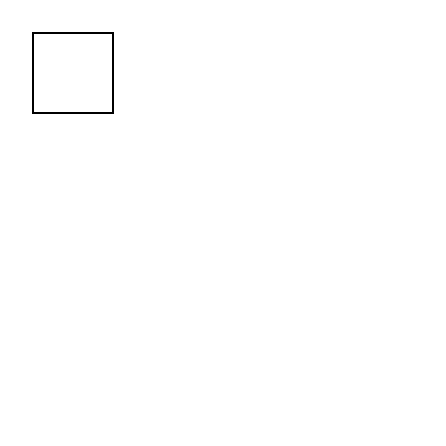
This is cnn.drawio from As-The-Wind/CNN-BLSTM-draw.io, a draw.io file, before an edit. Source tidied: cells renumbered, new cells numbered last; positions are measured from the earlier drawing's top-left corner, leaving out a move shared by most shapes. Both pictures are drawn from the tidied source at 200%, with x=0, y=0 at pixel (32, 32).
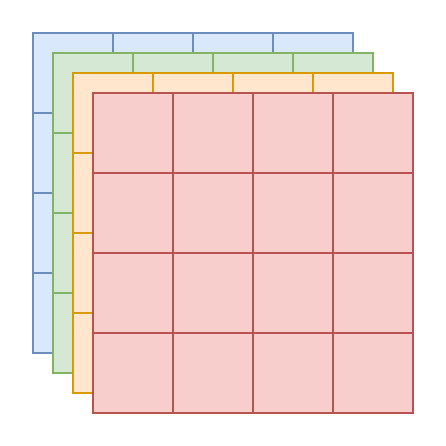
Above is the later version.

Change to the diagram source:
```diff
@@
-    <mxCell id="2" style="whiteSpace=wrap;html=1;" parent="1" vertex="1">
+    <mxCell id="2" style="whiteSpace=wrap;html=1;fillColor=#dae8fc;strokeColor=#6c8ebf;" parent="1" vertex="1">
       <mxGeometry width="40" height="40" as="geometry" />
     </mxCell>
+    <mxCell id="3" style="whiteSpace=wrap;html=1;fillColor=#dae8fc;strokeColor=#6c8ebf;" parent="1" vertex="1">
+      <mxGeometry x="40" width="40" height="40" as="geometry" />
+    </mxCell>
+    <mxCell id="4" style="whiteSpace=wrap;html=1;fillColor=#dae8fc;strokeColor=#6c8ebf;" parent="1" vertex="1">
+      <mxGeometry x="80" width="40" height="40" as="geometry" />
+    </mxCell>
+    <mxCell id="5" style="whiteSpace=wrap;html=1;fillColor=#dae8fc;strokeColor=#6c8ebf;" parent="1" vertex="1">
+      <mxGeometry x="120" width="40" height="40" as="geometry" />
+    </mxCell>
+    <mxCell id="6" style="whiteSpace=wrap;html=1;fillColor=#dae8fc;strokeColor=#6c8ebf;" parent="1" vertex="1">
+      <mxGeometry y="40" width="40" height="40" as="geometry" />
+    </mxCell>
+    <mxCell id="7" style="whiteSpace=wrap;html=1;fillColor=#dae8fc;strokeColor=#6c8ebf;" parent="1" vertex="1">
+      <mxGeometry x="40" y="40" width="40" height="40" as="geometry" />
+    </mxCell>
+    <mxCell id="8" style="whiteSpace=wrap;html=1;fillColor=#dae8fc;strokeColor=#6c8ebf;" parent="1" vertex="1">
+      <mxGeometry x="80" y="40" width="40" height="40" as="geometry" />
+    </mxCell>
+    <mxCell id="9" style="whiteSpace=wrap;html=1;fillColor=#dae8fc;strokeColor=#6c8ebf;" parent="1" vertex="1">
+      <mxGeometry x="120" y="40" width="40" height="40" as="geometry" />
+    </mxCell>
+    <mxCell id="10" style="whiteSpace=wrap;html=1;fillColor=#dae8fc;strokeColor=#6c8ebf;" parent="1" vertex="1">
+      <mxGeometry y="80" width="40" height="40" as="geometry" />
+    </mxCell>
+    <mxCell id="11" style="whiteSpace=wrap;html=1;fillColor=#dae8fc;strokeColor=#6c8ebf;" parent="1" vertex="1">
+      <mxGeometry x="40" y="80" width="40" height="40" as="geometry" />
+    </mxCell>
+    <mxCell id="12" style="whiteSpace=wrap;html=1;fillColor=#dae8fc;strokeColor=#6c8ebf;" parent="1" vertex="1">
+      <mxGeometry x="80" y="80" width="40" height="40" as="geometry" />
+    </mxCell>
+    <mxCell id="13" style="whiteSpace=wrap;html=1;fillColor=#dae8fc;strokeColor=#6c8ebf;" parent="1" vertex="1">
+      <mxGeometry x="120" y="80" width="40" height="40" as="geometry" />
+    </mxCell>
+    <mxCell id="14" style="whiteSpace=wrap;html=1;fillColor=#dae8fc;strokeColor=#6c8ebf;" parent="1" vertex="1">
+      <mxGeometry y="120" width="40" height="40" as="geometry" />
+    </mxCell>
+    <mxCell id="15" style="whiteSpace=wrap;html=1;fillColor=#dae8fc;strokeColor=#6c8ebf;" parent="1" vertex="1">
+      <mxGeometry x="40" y="120" width="40" height="40" as="geometry" />
+    </mxCell>
+    <mxCell id="16" style="whiteSpace=wrap;html=1;fillColor=#dae8fc;strokeColor=#6c8ebf;" parent="1" vertex="1">
+      <mxGeometry x="80" y="120" width="40" height="40" as="geometry" />
+    </mxCell>
+    <mxCell id="17" style="whiteSpace=wrap;html=1;fillColor=#dae8fc;strokeColor=#6c8ebf;" parent="1" vertex="1">
+      <mxGeometry x="120" y="120" width="40" height="40" as="geometry" />
+    </mxCell>
+    <mxCell id="18" style="whiteSpace=wrap;html=1;fillColor=#d5e8d4;strokeColor=#82b366;" parent="1" vertex="1">
+      <mxGeometry x="10" y="10" width="40" height="40" as="geometry" />
+    </mxCell>
+    <mxCell id="19" style="whiteSpace=wrap;html=1;fillColor=#d5e8d4;strokeColor=#82b366;" parent="1" vertex="1">
+      <mxGeometry x="50" y="10" width="40" height="40" as="geometry" />
+    </mxCell>
+    <mxCell id="20" style="whiteSpace=wrap;html=1;fillColor=#d5e8d4;strokeColor=#82b366;" parent="1" vertex="1">
+      <mxGeometry x="90" y="10" width="40" height="40" as="geometry" />
+    </mxCell>
+    <mxCell id="21" style="whiteSpace=wrap;html=1;fillColor=#d5e8d4;strokeColor=#82b366;" parent="1" vertex="1">
+      <mxGeometry x="130" y="10" width="40" height="40" as="geometry" />
+    </mxCell>
+    <mxCell id="22" style="whiteSpace=wrap;html=1;fillColor=#d5e8d4;strokeColor=#82b366;" parent="1" vertex="1">
+      <mxGeometry x="10" y="50" width="40" height="40" as="geometry" />
+    </mxCell>
+    <mxCell id="23" style="whiteSpace=wrap;html=1;fillColor=#d5e8d4;strokeColor=#82b366;" parent="1" vertex="1">
+      <mxGeometry x="50" y="50" width="40" height="40" as="geometry" />
+    </mxCell>
+    <mxCell id="24" style="whiteSpace=wrap;html=1;fillColor=#d5e8d4;strokeColor=#82b366;" parent="1" vertex="1">
+      <mxGeometry x="90" y="50" width="40" height="40" as="geometry" />
+    </mxCell>
+    <mxCell id="25" style="whiteSpace=wrap;html=1;fillColor=#d5e8d4;strokeColor=#82b366;" parent="1" vertex="1">
+      <mxGeometry x="130" y="50" width="40" height="40" as="geometry" />
+    </mxCell>
+    <mxCell id="26" style="whiteSpace=wrap;html=1;fillColor=#d5e8d4;strokeColor=#82b366;" parent="1" vertex="1">
+      <mxGeometry x="10" y="90" width="40" height="40" as="geometry" />
+    </mxCell>
+    <mxCell id="27" style="whiteSpace=wrap;html=1;fillColor=#d5e8d4;strokeColor=#82b366;" parent="1" vertex="1">
+      <mxGeometry x="50" y="90" width="40" height="40" as="geometry" />
+    </mxCell>
+    <mxCell id="28" style="whiteSpace=wrap;html=1;fillColor=#d5e8d4;strokeColor=#82b366;" parent="1" vertex="1">
+      <mxGeometry x="90" y="90" width="40" height="40" as="geometry" />
+    </mxCell>
+    <mxCell id="29" style="whiteSpace=wrap;html=1;fillColor=#d5e8d4;strokeColor=#82b366;" parent="1" vertex="1">
+      <mxGeometry x="130" y="90" width="40" height="40" as="geometry" />
+    </mxCell>
+    <mxCell id="30" style="whiteSpace=wrap;html=1;fillColor=#d5e8d4;strokeColor=#82b366;" parent="1" vertex="1">
+      <mxGeometry x="10" y="130" width="40" height="40" as="geometry" />
+    </mxCell>
+    <mxCell id="31" style="whiteSpace=wrap;html=1;fillColor=#d5e8d4;strokeColor=#82b366;" parent="1" vertex="1">
+      <mxGeometry x="50" y="130" width="40" height="40" as="geometry" />
+    </mxCell>
+    <mxCell id="32" style="whiteSpace=wrap;html=1;fillColor=#d5e8d4;strokeColor=#82b366;" parent="1" vertex="1">
+      <mxGeometry x="90" y="130" width="40" height="40" as="geometry" />
+    </mxCell>
+    <mxCell id="33" style="whiteSpace=wrap;html=1;fillColor=#d5e8d4;strokeColor=#82b366;" parent="1" vertex="1">
+      <mxGeometry x="130" y="130" width="40" height="40" as="geometry" />
+    </mxCell>
+    <mxCell id="34" style="whiteSpace=wrap;html=1;fillColor=#ffe6cc;strokeColor=#d79b00;" parent="1" vertex="1">
+      <mxGeometry x="20" y="20" width="40" height="40" as="geometry" />
+    </mxCell>
+    <mxCell id="35" style="whiteSpace=wrap;html=1;fillColor=#ffe6cc;strokeColor=#d79b00;" parent="1" vertex="1">
+      <mxGeometry x="60" y="20" width="40" height="40" as="geometry" />
+    </mxCell>
+    <mxCell id="36" style="whiteSpace=wrap;html=1;fillColor=#ffe6cc;strokeColor=#d79b00;" parent="1" vertex="1">
+      <mxGeometry x="100" y="20" width="40" height="40" as="geometry" />
+    </mxCell>
+    <mxCell id="37" style="whiteSpace=wrap;html=1;fillColor=#ffe6cc;strokeColor=#d79b00;" parent="1" vertex="1">
+      <mxGeometry x="140" y="20" width="40" height="40" as="geometry" />
+    </mxCell>
+    <mxCell id="38" style="whiteSpace=wrap;html=1;fillColor=#ffe6cc;strokeColor=#d79b00;" parent="1" vertex="1">
+      <mxGeometry x="20" y="60" width="40" height="40" as="geometry" />
+    </mxCell>
+    <mxCell id="39" style="whiteSpace=wrap;html=1;fillColor=#ffe6cc;strokeColor=#d79b00;" parent="1" vertex="1">
+      <mxGeometry x="60" y="60" width="40" height="40" as="geometry" />
+    </mxCell>
+    <mxCell id="40" style="whiteSpace=wrap;html=1;fillColor=#ffe6cc;strokeColor=#d79b00;" parent="1" vertex="1">
+      <mxGeometry x="100" y="60" width="40" height="40" as="geometry" />
+    </mxCell>
+    <mxCell id="41" style="whiteSpace=wrap;html=1;fillColor=#ffe6cc;strokeColor=#d79b00;" parent="1" vertex="1">
+      <mxGeometry x="140" y="60" width="40" height="40" as="geometry" />
+    </mxCell>
+    <mxCell id="42" style="whiteSpace=wrap;html=1;fillColor=#ffe6cc;strokeColor=#d79b00;" parent="1" vertex="1">
+      <mxGeometry x="20" y="100" width="40" height="40" as="geometry" />
+    </mxCell>
+    <mxCell id="43" style="whiteSpace=wrap;html=1;fillColor=#ffe6cc;strokeColor=#d79b00;" parent="1" vertex="1">
+      <mxGeometry x="60" y="100" width="40" height="40" as="geometry" />
+    </mxCell>
+    <mxCell id="44" style="whiteSpace=wrap;html=1;fillColor=#ffe6cc;strokeColor=#d79b00;" parent="1" vertex="1">
+      <mxGeometry x="100" y="100" width="40" height="40" as="geometry" />
+    </mxCell>
+    <mxCell id="45" style="whiteSpace=wrap;html=1;fillColor=#ffe6cc;strokeColor=#d79b00;" parent="1" vertex="1">
+      <mxGeometry x="140" y="100" width="40" height="40" as="geometry" />
+    </mxCell>
+    <mxCell id="46" style="whiteSpace=wrap;html=1;fillColor=#ffe6cc;strokeColor=#d79b00;" parent="1" vertex="1">
+      <mxGeometry x="20" y="140" width="40" height="40" as="geometry" />
+    </mxCell>
+    <mxCell id="47" style="whiteSpace=wrap;html=1;fillColor=#ffe6cc;strokeColor=#d79b00;" parent="1" vertex="1">
+      <mxGeometry x="60" y="140" width="40" height="40" as="geometry" />
+    </mxCell>
+    <mxCell id="48" style="whiteSpace=wrap;html=1;fillColor=#ffe6cc;strokeColor=#d79b00;" parent="1" vertex="1">
+      <mxGeometry x="100" y="140" width="40" height="40" as="geometry" />
+    </mxCell>
+    <mxCell id="49" style="whiteSpace=wrap;html=1;fillColor=#ffe6cc;strokeColor=#d79b00;" parent="1" vertex="1">
+      <mxGeometry x="140" y="140" width="40" height="40" as="geometry" />
+    </mxCell>
+    <mxCell id="50" style="whiteSpace=wrap;html=1;fillColor=#f8cecc;strokeColor=#b85450;" parent="1" vertex="1">
+      <mxGeometry x="30" y="30" width="40" height="40" as="geometry" />
+    </mxCell>
+    <mxCell id="51" style="whiteSpace=wrap;html=1;fillColor=#f8cecc;strokeColor=#b85450;" parent="1" vertex="1">
+      <mxGeometry x="70" y="30" width="40" height="40" as="geometry" />
+    </mxCell>
+    <mxCell id="52" style="whiteSpace=wrap;html=1;fillColor=#f8cecc;strokeColor=#b85450;" parent="1" vertex="1">
+      <mxGeometry x="110" y="30" width="40" height="40" as="geometry" />
+    </mxCell>
+    <mxCell id="53" style="whiteSpace=wrap;html=1;fillColor=#f8cecc;strokeColor=#b85450;" parent="1" vertex="1">
+      <mxGeometry x="150" y="30" width="40" height="40" as="geometry" />
+    </mxCell>
+    <mxCell id="54" style="whiteSpace=wrap;html=1;fillColor=#f8cecc;strokeColor=#b85450;" parent="1" vertex="1">
+      <mxGeometry x="30" y="70" width="40" height="40" as="geometry" />
+    </mxCell>
+    <mxCell id="55" style="whiteSpace=wrap;html=1;fillColor=#f8cecc;strokeColor=#b85450;" parent="1" vertex="1">
+      <mxGeometry x="70" y="70" width="40" height="40" as="geometry" />
+    </mxCell>
+    <mxCell id="56" style="whiteSpace=wrap;html=1;fillColor=#f8cecc;strokeColor=#b85450;" parent="1" vertex="1">
+      <mxGeometry x="110" y="70" width="40" height="40" as="geometry" />
+    </mxCell>
+    <mxCell id="57" style="whiteSpace=wrap;html=1;fillColor=#f8cecc;strokeColor=#b85450;" parent="1" vertex="1">
+      <mxGeometry x="150" y="70" width="40" height="40" as="geometry" />
+    </mxCell>
+    <mxCell id="58" style="whiteSpace=wrap;html=1;fillColor=#f8cecc;strokeColor=#b85450;" parent="1" vertex="1">
+      <mxGeometry x="30" y="110" width="40" height="40" as="geometry" />
+    </mxCell>
+    <mxCell id="59" style="whiteSpace=wrap;html=1;fillColor=#f8cecc;strokeColor=#b85450;" parent="1" vertex="1">
+      <mxGeometry x="70" y="110" width="40" height="40" as="geometry" />
+    </mxCell>
+    <mxCell id="60" style="whiteSpace=wrap;html=1;fillColor=#f8cecc;strokeColor=#b85450;" parent="1" vertex="1">
+      <mxGeometry x="110" y="110" width="40" height="40" as="geometry" />
+    </mxCell>
+    <mxCell id="61" style="whiteSpace=wrap;html=1;fillColor=#f8cecc;strokeColor=#b85450;" parent="1" vertex="1">
+      <mxGeometry x="150" y="110" width="40" height="40" as="geometry" />
+    </mxCell>
+    <mxCell id="62" style="whiteSpace=wrap;html=1;fillColor=#f8cecc;strokeColor=#b85450;" parent="1" vertex="1">
+      <mxGeometry x="30" y="150" width="40" height="40" as="geometry" />
+    </mxCell>
+    <mxCell id="63" style="whiteSpace=wrap;html=1;fillColor=#f8cecc;strokeColor=#b85450;" parent="1" vertex="1">
+      <mxGeometry x="70" y="150" width="40" height="40" as="geometry" />
+    </mxCell>
+    <mxCell id="64" style="whiteSpace=wrap;html=1;fillColor=#f8cecc;strokeColor=#b85450;" parent="1" vertex="1">
+      <mxGeometry x="110" y="150" width="40" height="40" as="geometry" />
+    </mxCell>
+    <mxCell id="65" style="whiteSpace=wrap;html=1;fillColor=#f8cecc;strokeColor=#b85450;" parent="1" vertex="1">
+      <mxGeometry x="150" y="150" width="40" height="40" as="geometry" />
+    </mxCell>
```
